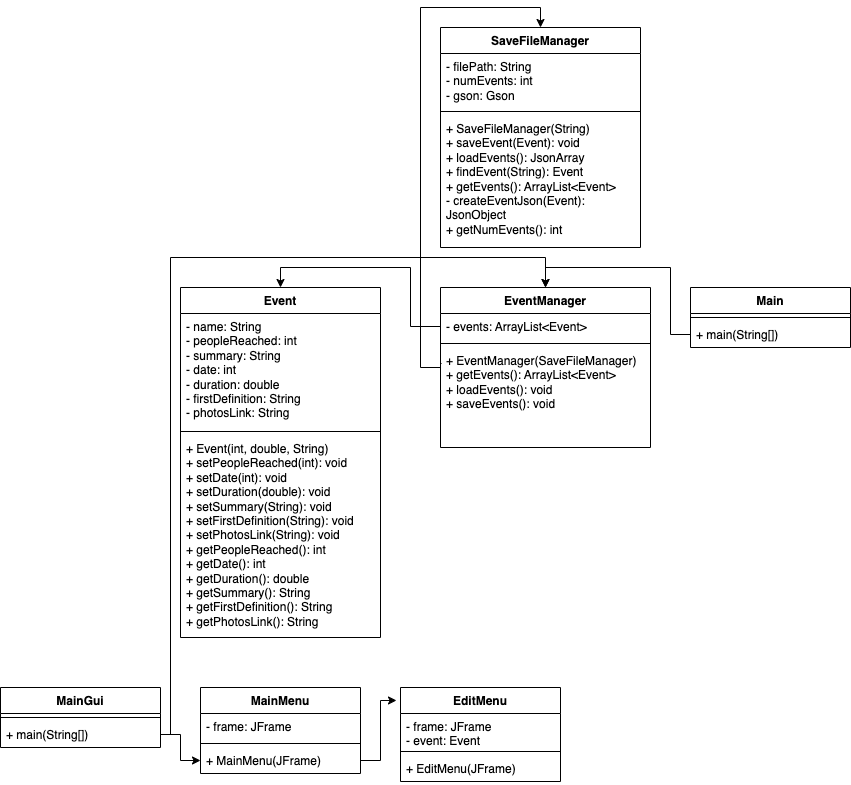
Before: documentation/UML.png, a diagram exported from draw.io (IHyperspaceI/CS-IA). Source tidied: cells renumbered, new cells last; positions are measured from the earlier drawing's top-left corner, leaving out a move shared by most shapes.
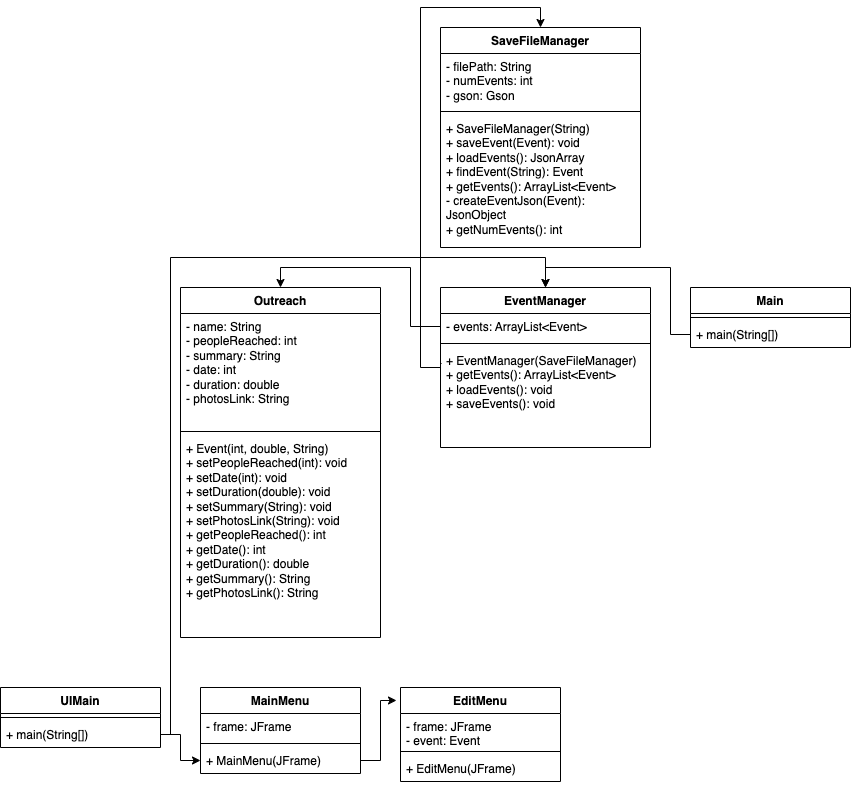
After the commit.

What changed in the source:
```diff
@@ -2,16 +2,16 @@
   <root>
     <mxCell id="0" />
     <mxCell id="1" parent="0" />
-    <mxCell id="2" value="Event" style="swimlane;fontStyle=1;align=center;verticalAlign=top;horizontal=1;startSize=26;whiteSpace=wrap;html=1;" parent="1" vertex="1">
+    <mxCell id="2" value="Outreach" style="swimlane;fontStyle=1;align=center;verticalAlign=top;horizontal=1;startSize=26;whiteSpace=wrap;html=1;" parent="1" vertex="1">
       <mxGeometry x="180" y="280" width="200" height="350" as="geometry" />
     </mxCell>
-    <mxCell id="3" value="- name: String&lt;br&gt;- peopleReached: int&lt;br style=&quot;border-color: var(--border-color);&quot;&gt;- summary: String&lt;br style=&quot;border-color: var(--border-color);&quot;&gt;- date: int&lt;br&gt;- duration: double&lt;br&gt;- firstDefinition: String&lt;br&gt;- photosLink: String" style="text;strokeColor=none;fillColor=none;align=left;verticalAlign=top;spacingLeft=4;spacingRight=4;overflow=hidden;whiteSpace=wrap;html=1;" parent="2" vertex="1">
+    <mxCell id="3" value="- name: String&lt;br&gt;- peopleReached: int&lt;br style=&quot;border-color: var(--border-color);&quot;&gt;- summary: String&lt;br style=&quot;border-color: var(--border-color);&quot;&gt;- date: int&lt;br&gt;- duration: double&lt;br&gt;- photosLink: String" style="text;strokeColor=none;fillColor=none;align=left;verticalAlign=top;spacingLeft=4;spacingRight=4;overflow=hidden;whiteSpace=wrap;html=1;" parent="2" vertex="1">
       <mxGeometry y="26" width="200" height="114" as="geometry" />
     </mxCell>
     <mxCell id="4" style="line;strokeWidth=1;fillColor=none;align=left;verticalAlign=middle;spacingTop=-1;spacingLeft=3;spacingRight=3;labelPosition=right;strokeColor=inherit;" parent="2" vertex="1">
       <mxGeometry y="140" width="200" height="8" as="geometry" />
     </mxCell>
-    <mxCell id="5" value="+ Event(int, double, String)&lt;br&gt;+ setPeopleReached(int): void&lt;br style=&quot;border-color: var(--border-color);&quot;&gt;+ setDate(int): void&lt;br style=&quot;border-color: var(--border-color);&quot;&gt;+ setDuration(double): void&lt;br style=&quot;border-color: var(--border-color);&quot;&gt;+ setSummary(String): void&lt;br style=&quot;border-color: var(--border-color);&quot;&gt;+ setFirstDefinition(String): void&lt;br style=&quot;border-color: var(--border-color);&quot;&gt;+ setPhotosLink(String): void&lt;br&gt;+ getPeopleReached(): int&lt;br style=&quot;border-color: var(--border-color);&quot;&gt;+ getDate(): int&lt;br style=&quot;border-color: var(--border-color);&quot;&gt;+ getDuration(): double&lt;br style=&quot;border-color: var(--border-color);&quot;&gt;+ getSummary(): String&lt;br style=&quot;border-color: var(--border-color);&quot;&gt;+ getFirstDefinition(): String&lt;br style=&quot;border-color: var(--border-color);&quot;&gt;+ getPhotosLink(): String" style="text;strokeColor=none;fillColor=none;align=left;verticalAlign=top;spacingLeft=4;spacingRight=4;overflow=hidden;whiteSpace=wrap;html=1;" parent="2" vertex="1">
+    <mxCell id="5" value="+ Event(int, double, String)&lt;br&gt;+ setPeopleReached(int): void&lt;br style=&quot;border-color: var(--border-color);&quot;&gt;+ setDate(int): void&lt;br style=&quot;border-color: var(--border-color);&quot;&gt;+ setDuration(double): void&lt;br style=&quot;border-color: var(--border-color);&quot;&gt;+ setSummary(String): void&lt;br style=&quot;border-color: var(--border-color);&quot;&gt;+ setPhotosLink(String): void&lt;br&gt;+ getPeopleReached(): int&lt;br style=&quot;border-color: var(--border-color);&quot;&gt;+ getDate(): int&lt;br style=&quot;border-color: var(--border-color);&quot;&gt;+ getDuration(): double&lt;br style=&quot;border-color: var(--border-color);&quot;&gt;+ getSummary(): String&lt;br style=&quot;border-color: var(--border-color);&quot;&gt;+ getPhotosLink(): String" style="text;strokeColor=none;fillColor=none;align=left;verticalAlign=top;spacingLeft=4;spacingRight=4;overflow=hidden;whiteSpace=wrap;html=1;" parent="2" vertex="1">
       <mxGeometry y="148" width="200" height="202" as="geometry" />
     </mxCell>
     <mxCell id="6" value="Main" style="swimlane;fontStyle=1;align=center;verticalAlign=top;horizontal=1;startSize=26;whiteSpace=wrap;html=1;" parent="1" vertex="1">
@@ -47,7 +47,7 @@
     <mxCell id="16" value="+ SaveFileManager(String)&lt;br&gt;+ saveEvent(Event): void&lt;br&gt;+ loadEvents(): JsonArray&lt;br&gt;+ findEvent(String): Event&lt;br&gt;+ getEvents(): ArrayList&amp;lt;Event&amp;gt;&lt;br&gt;- createEventJson(Event): JsonObject&lt;br&gt;+ getNumEvents(): int" style="text;strokeColor=none;fillColor=none;align=left;verticalAlign=top;spacingLeft=4;spacingRight=4;overflow=hidden;whiteSpace=wrap;html=1;" parent="13" vertex="1">
       <mxGeometry y="88" width="200" height="132" as="geometry" />
     </mxCell>
-    <mxCell id="17" value="MainGui" style="swimlane;fontStyle=1;align=center;verticalAlign=top;horizontal=1;startSize=26;whiteSpace=wrap;html=1;" parent="1" vertex="1">
+    <mxCell id="17" value="UIMain" style="swimlane;fontStyle=1;align=center;verticalAlign=top;horizontal=1;startSize=26;whiteSpace=wrap;html=1;" parent="1" vertex="1">
       <mxGeometry y="680" width="160" height="60" as="geometry" />
     </mxCell>
     <mxCell id="18" style="line;strokeWidth=1;fillColor=none;align=left;verticalAlign=middle;spacingTop=-1;spacingLeft=3;spacingRight=3;labelPosition=right;strokeColor=inherit;" parent="17" vertex="1">
```
